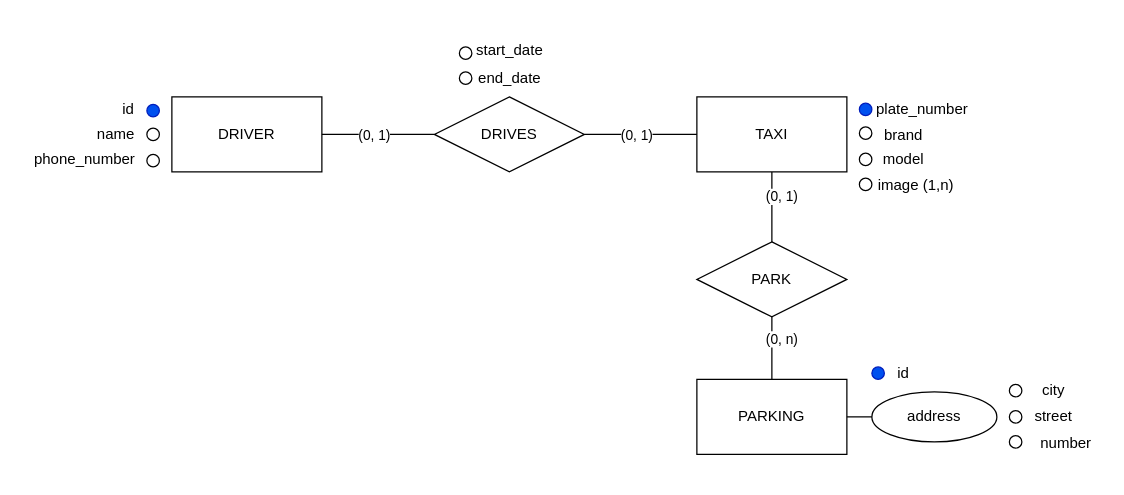
Above: Ejercicio_2/Conceptual.drawio in aruizgg/curso-sql (draw.io), before the change. Source tidied: cells renumbered, new cells numbered last; positions are measured from the earlier drawing's top-left corner, leaving out a move shared by most shapes. Both pictures are drawn from the tidied source at 125%, with x=0, y=0 at pixel (21, 31).
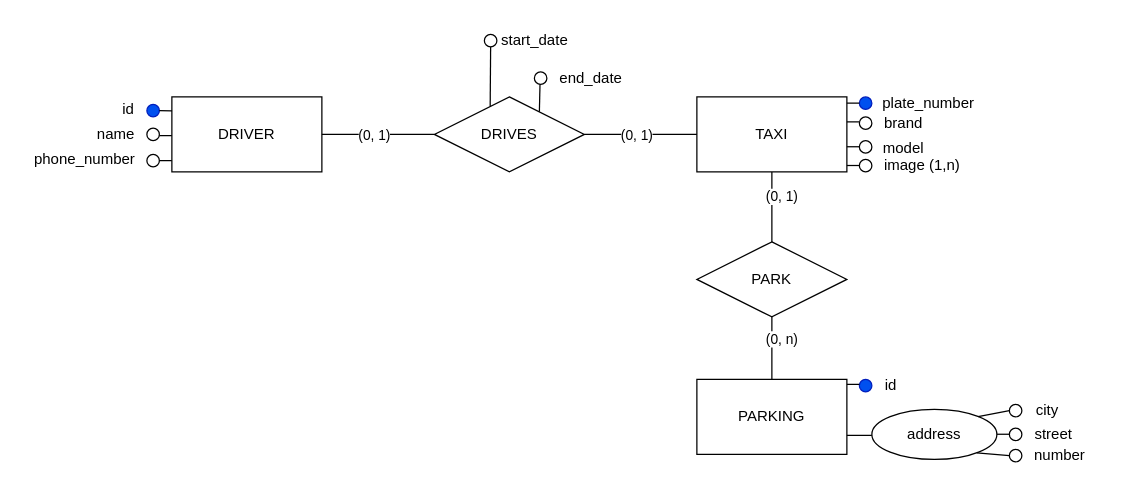
Above is the later version.

The change refers to these unchanged cells:
```xml
<mxCell id="2" value="DRIVER" style="rounded=0;whiteSpace=wrap;html=1;" parent="1" vertex="1">
  <mxGeometry x="120" y="52" width="120" height="60" as="geometry" />
</mxCell>
<mxCell id="4" value="DRIVES" style="shape=rhombus;perimeter=rhombusPerimeter;whiteSpace=wrap;html=1;align=center;" parent="1" vertex="1">
  <mxGeometry x="330" y="52" width="120" height="60" as="geometry" />
</mxCell>
<mxCell id="9" value="PARKING" style="rounded=0;whiteSpace=wrap;html=1;" parent="1" vertex="1">
  <mxGeometry x="540" y="278" width="120" height="60" as="geometry" />
</mxCell>
<mxCell id="15" style="ellipse;whiteSpace=wrap;html=1;fillColor=#0050ef;fontColor=#ffffff;strokeColor=#001DBC;" parent="1" vertex="1">
  <mxGeometry x="100" y="58" width="10" height="10" as="geometry" />
</mxCell>
```

What changed in the source:
```diff
@@
     <mxCell id="21" style="ellipse;whiteSpace=wrap;html=1;fillColor=#0050ef;fontColor=#ffffff;strokeColor=#001DBC;" parent="1" vertex="1">
-      <mxGeometry x="670" y="57" width="10" height="10" as="geometry" />
+      <mxGeometry x="670" y="52" width="10" height="10" as="geometry" />
     </mxCell>
     <mxCell id="22" style="ellipse;whiteSpace=wrap;html=1;" parent="1" vertex="1">
-      <mxGeometry x="670" y="76" width="10" height="10" as="geometry" />
+      <mxGeometry x="670" y="68" width="10" height="10" as="geometry" />
     </mxCell>
     <mxCell id="23" style="ellipse;whiteSpace=wrap;html=1;" parent="1" vertex="1">
-      <mxGeometry x="670" y="97" width="10" height="10" as="geometry" />
+      <mxGeometry x="670" y="87" width="10" height="10" as="geometry" />
     </mxCell>
     <mxCell id="24" value="plate_number" style="text;html=1;align=center;verticalAlign=middle;strokeColor=none;fillColor=none;" parent="1" vertex="1">
-      <mxGeometry x="670" y="47" width="100" height="30" as="geometry" />
+      <mxGeometry x="675" y="42" width="100" height="30" as="geometry" />
     </mxCell>
     <mxCell id="25" value="brand" style="text;html=1;align=center;verticalAlign=middle;strokeColor=none;fillColor=none;" parent="1" vertex="1">
-      <mxGeometry x="680" y="68" width="50" height="30" as="geometry" />
+      <mxGeometry x="680" y="58" width="50" height="30" as="geometry" />
     </mxCell>
     <mxCell id="26" value="model" style="text;html=1;align=center;verticalAlign=middle;strokeColor=none;fillColor=none;" parent="1" vertex="1">
-      <mxGeometry x="675" y="87" width="60" height="30" as="geometry" />
+      <mxGeometry x="675" y="78" width="60" height="30" as="geometry" />
     </mxCell>
     <mxCell id="27" style="ellipse;whiteSpace=wrap;html=1;" parent="1" vertex="1">
-      <mxGeometry x="670" y="117" width="10" height="10" as="geometry" />
+      <mxGeometry x="670" y="102" width="10" height="10" as="geometry" />
     </mxCell>
     <mxCell id="28" value="image (1,n)" style="text;html=1;align=center;verticalAlign=middle;strokeColor=none;fillColor=none;" parent="1" vertex="1">
-      <mxGeometry x="675" y="108" width="80" height="30" as="geometry" />
+      <mxGeometry x="680" y="92" width="80" height="30" as="geometry" />
     </mxCell>
     <mxCell id="29" value="address" style="ellipse;whiteSpace=wrap;html=1;align=center;" parent="1" vertex="1">
-      <mxGeometry x="680" y="288" width="100" height="40" as="geometry" />
+      <mxGeometry x="680" y="302" width="100" height="40" as="geometry" />
     </mxCell>
     <mxCell id="30" style="ellipse;whiteSpace=wrap;html=1;" parent="1" vertex="1">
-      <mxGeometry x="790" y="282" width="10" height="10" as="geometry" />
+      <mxGeometry x="790" y="298" width="10" height="10" as="geometry" />
     </mxCell>
     <mxCell id="31" style="ellipse;whiteSpace=wrap;html=1;" parent="1" vertex="1">
-      <mxGeometry x="790" y="303" width="10" height="10" as="geometry" />
+      <mxGeometry x="790" y="317" width="10" height="10" as="geometry" />
     </mxCell>
     <mxCell id="32" value="street" style="text;html=1;align=center;verticalAlign=middle;strokeColor=none;fillColor=none;" parent="1" vertex="1">
-      <mxGeometry x="800" y="293" width="50" height="30" as="geometry" />
+      <mxGeometry x="800" y="307" width="50" height="30" as="geometry" />
     </mxCell>
     <mxCell id="33" style="ellipse;whiteSpace=wrap;html=1;" parent="1" vertex="1">
-      <mxGeometry x="790" y="323" width="10" height="10" as="geometry" />
+      <mxGeometry x="790" y="334" width="10" height="10" as="geometry" />
     </mxCell>
     <mxCell id="34" value="number" style="text;html=1;align=center;verticalAlign=middle;strokeColor=none;fillColor=none;" parent="1" vertex="1">
-      <mxGeometry x="805" y="314" width="60" height="30" as="geometry" />
+      <mxGeometry x="800" y="324" width="60" height="30" as="geometry" />
     </mxCell>
     <mxCell id="35" value="city" style="text;html=1;align=center;verticalAlign=middle;strokeColor=none;fillColor=none;" parent="1" vertex="1">
-      <mxGeometry x="805" y="272" width="40" height="30" as="geometry" />
+      <mxGeometry x="800" y="288" width="40" height="30" as="geometry" />
     </mxCell>
-    <mxCell id="36" style="endArrow=none;html=1;rounded=0;entryX=0;entryY=0.5;entryDx=0;entryDy=0;exitX=1;exitY=0.5;exitDx=0;exitDy=0;" parent="1" edge="1" source="9" target="29">
-      <mxGeometry relative="1" as="geometry" />
+    <mxCell id="36" style="endArrow=none;html=1;rounded=0;entryX=0;entryY=0.5;entryDx=0;entryDy=0;exitX=1;exitY=0.5;exitDx=0;exitDy=0;" parent="1" edge="1">
+      <mxGeometry relative="1" as="geometry">
+        <mxPoint x="660" y="322.8" as="sourcePoint" />
+        <mxPoint x="680" y="322.8" as="targetPoint" />
+      </mxGeometry>
     </mxCell>
     <mxCell id="37" style="ellipse;whiteSpace=wrap;html=1;fillColor=#0050ef;fontColor=#ffffff;strokeColor=#001DBC;" parent="1" vertex="1">
-      <mxGeometry x="680" y="268" width="10" height="10" as="geometry" />
+      <mxGeometry x="670" y="278" width="10" height="10" as="geometry" />
     </mxCell>
     <mxCell id="38" value="id" style="text;html=1;align=center;verticalAlign=middle;strokeColor=none;fillColor=none;" parent="1" vertex="1">
-      <mxGeometry x="690" y="258" width="30" height="30" as="geometry" />
+      <mxGeometry x="680" y="268" width="30" height="30" as="geometry" />
     </mxCell>
     <mxCell id="39" value="start_date" style="text;html=1;align=center;verticalAlign=middle;strokeColor=none;fillColor=none;" parent="1" vertex="1">
-      <mxGeometry x="350" width="80" height="30" as="geometry" />
+      <mxGeometry x="370" y="-8" width="80" height="30" as="geometry" />
     </mxCell>
     <mxCell id="40" value="end_date" style="text;html=1;align=center;verticalAlign=middle;strokeColor=none;fillColor=none;" parent="1" vertex="1">
-      <mxGeometry x="355" y="22" width="70" height="30" as="geometry" />
+      <mxGeometry x="420" y="22" width="70" height="30" as="geometry" />
     </mxCell>
     <mxCell id="41" style="ellipse;whiteSpace=wrap;html=1;" parent="1" vertex="1">
-      <mxGeometry x="350" y="12" width="10" height="10" as="geometry" />
+      <mxGeometry x="370" y="2" width="10" height="10" as="geometry" />
     </mxCell>
     <mxCell id="42" style="ellipse;whiteSpace=wrap;html=1;" parent="1" vertex="1">
-      <mxGeometry x="350" y="32" width="10" height="10" as="geometry" />
+      <mxGeometry x="410" y="32" width="10" height="10" as="geometry" />
     </mxCell>
+    <mxCell id="43" style="endArrow=none;html=1;rounded=0;entryX=0.001;entryY=0.187;entryDx=0;entryDy=0;entryPerimeter=0;exitX=1;exitY=0.5;exitDx=0;exitDy=0;" parent="1" edge="1" source="15" target="2">
+      <mxGeometry relative="1" as="geometry" />
+    </mxCell>
+    <mxCell id="44" style="endArrow=none;html=1;rounded=0;entryX=0.001;entryY=0.187;entryDx=0;entryDy=0;entryPerimeter=0;exitX=1;exitY=0.5;exitDx=0;exitDy=0;" parent="1" edge="1">
+      <mxGeometry relative="1" as="geometry">
+        <mxPoint x="110" y="83" as="sourcePoint" />
+        <mxPoint x="120" y="83" as="targetPoint" />
+      </mxGeometry>
+    </mxCell>
+    <mxCell id="45" style="endArrow=none;html=1;rounded=0;entryX=0.001;entryY=0.187;entryDx=0;entryDy=0;entryPerimeter=0;exitX=1;exitY=0.5;exitDx=0;exitDy=0;" parent="1" edge="1">
+      <mxGeometry relative="1" as="geometry">
+        <mxPoint x="110" y="103" as="sourcePoint" />
+        <mxPoint x="120" y="103" as="targetPoint" />
+      </mxGeometry>
+    </mxCell>
+    <mxCell id="46" style="endArrow=none;html=1;rounded=0;entryX=0.001;entryY=0.187;entryDx=0;entryDy=0;entryPerimeter=0;exitX=1;exitY=0.5;exitDx=0;exitDy=0;" parent="1" edge="1">
+      <mxGeometry relative="1" as="geometry">
+        <mxPoint x="660" y="57" as="sourcePoint" />
+        <mxPoint x="670" y="57" as="targetPoint" />
+      </mxGeometry>
+    </mxCell>
+    <mxCell id="47" style="endArrow=none;html=1;rounded=0;entryX=0.001;entryY=0.187;entryDx=0;entryDy=0;entryPerimeter=0;exitX=1;exitY=0.5;exitDx=0;exitDy=0;" parent="1" edge="1">
+      <mxGeometry relative="1" as="geometry">
+        <mxPoint x="660" y="72" as="sourcePoint" />
+        <mxPoint x="670" y="72" as="targetPoint" />
+      </mxGeometry>
+    </mxCell>
+    <mxCell id="48" style="endArrow=none;html=1;rounded=0;entryX=0.001;entryY=0.187;entryDx=0;entryDy=0;entryPerimeter=0;exitX=1;exitY=0.5;exitDx=0;exitDy=0;" parent="1" edge="1">
+      <mxGeometry relative="1" as="geometry">
+        <mxPoint x="660" y="91.9" as="sourcePoint" />
+        <mxPoint x="670" y="91.9" as="targetPoint" />
+      </mxGeometry>
+    </mxCell>
+    <mxCell id="49" style="endArrow=none;html=1;rounded=0;entryX=0.001;entryY=0.187;entryDx=0;entryDy=0;entryPerimeter=0;exitX=1;exitY=0.5;exitDx=0;exitDy=0;" parent="1" edge="1">
+      <mxGeometry relative="1" as="geometry">
+        <mxPoint x="660" y="106.9" as="sourcePoint" />
+        <mxPoint x="670" y="106.9" as="targetPoint" />
+      </mxGeometry>
+    </mxCell>
+    <mxCell id="50" style="endArrow=none;html=1;rounded=0;exitX=0.5;exitY=1;exitDx=0;exitDy=0;entryX=0.372;entryY=0.125;entryDx=0;entryDy=0;entryPerimeter=0;" parent="1" edge="1" source="41" target="4">
+      <mxGeometry relative="1" as="geometry" />
+    </mxCell>
+    <mxCell id="51" style="endArrow=none;html=1;rounded=0;exitX=0.5;exitY=1;exitDx=0;exitDy=0;entryX=0.7;entryY=0.197;entryDx=0;entryDy=0;entryPerimeter=0;" parent="1" edge="1" target="4">
+      <mxGeometry relative="1" as="geometry">
+        <mxPoint x="414.5" y="42" as="sourcePoint" />
+      </mxGeometry>
+    </mxCell>
+    <mxCell id="52" style="endArrow=none;html=1;rounded=0;entryX=0.372;entryY=0.125;entryDx=0;entryDy=0;entryPerimeter=0;" parent="1" edge="1">
+      <mxGeometry relative="1" as="geometry">
+        <mxPoint x="670" y="282" as="sourcePoint" />
+        <mxPoint x="660" y="282" as="targetPoint" />
+      </mxGeometry>
+    </mxCell>
+    <mxCell id="53" style="endArrow=none;html=1;rounded=0;entryX=0.372;entryY=0.125;entryDx=0;entryDy=0;entryPerimeter=0;" parent="1" edge="1">
+      <mxGeometry relative="1" as="geometry">
+        <mxPoint x="790" y="321.9" as="sourcePoint" />
+        <mxPoint x="780" y="321.9" as="targetPoint" />
+      </mxGeometry>
+    </mxCell>
+    <mxCell id="54" style="endArrow=none;html=1;rounded=0;entryX=0.372;entryY=0.125;entryDx=0;entryDy=0;entryPerimeter=0;exitX=0;exitY=0.5;exitDx=0;exitDy=0;" parent="1" edge="1" source="30">
+      <mxGeometry relative="1" as="geometry">
+        <mxPoint x="765" y="307.8" as="targetPoint" />
+      </mxGeometry>
+    </mxCell>
+    <mxCell id="55" style="endArrow=none;html=1;rounded=0;entryX=0.839;entryY=0.87;entryDx=0;entryDy=0;entryPerimeter=0;exitX=0;exitY=0.5;exitDx=0;exitDy=0;" parent="1" edge="1" source="33" target="29">
+      <mxGeometry relative="1" as="geometry" />
+    </mxCell>
```
